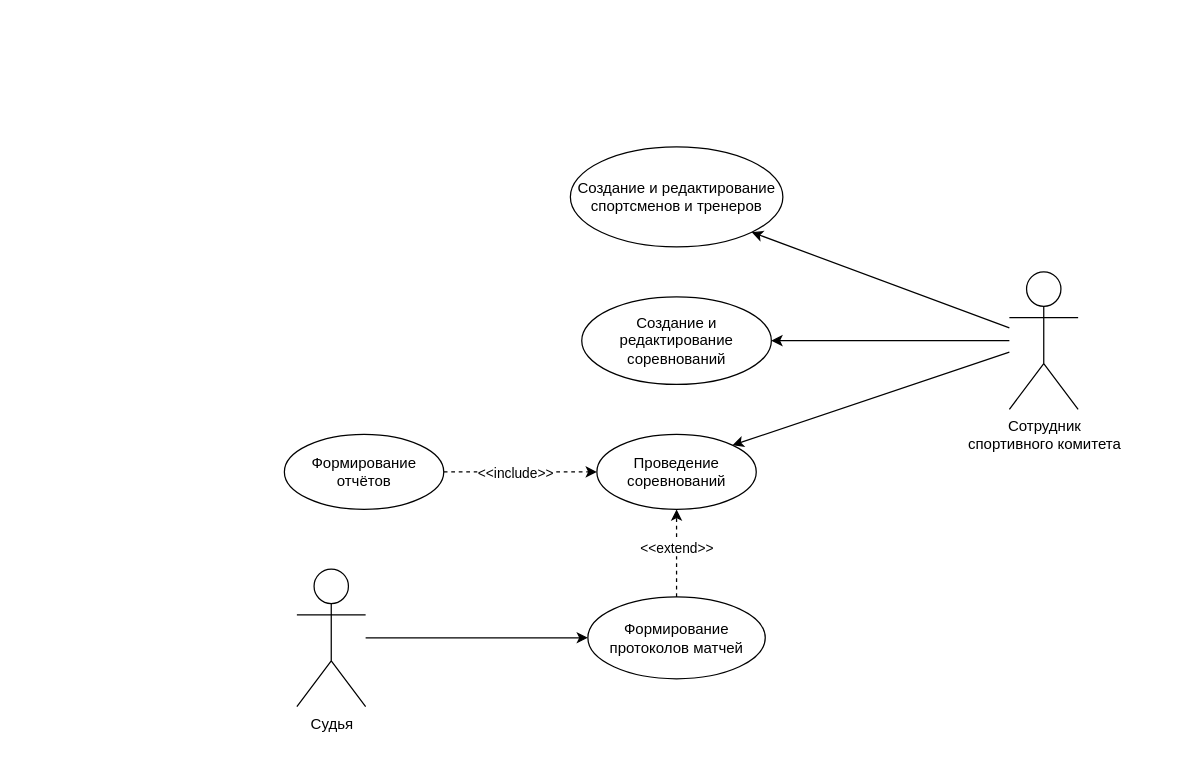
Before: page "Вариантов" (5 of 9) of Диаграммы ИС «Спортивный комитет».drawio in antonch985/Education, a draw.io diagram. Source tidied: cells renumbered, new cells numbered last; positions are measured from the earlier drawing's top-left corner, leaving out a move shared by most shapes. Both pictures are drawn from the tidied source at 125%, with x=0, y=0 at pixel (284, 146).
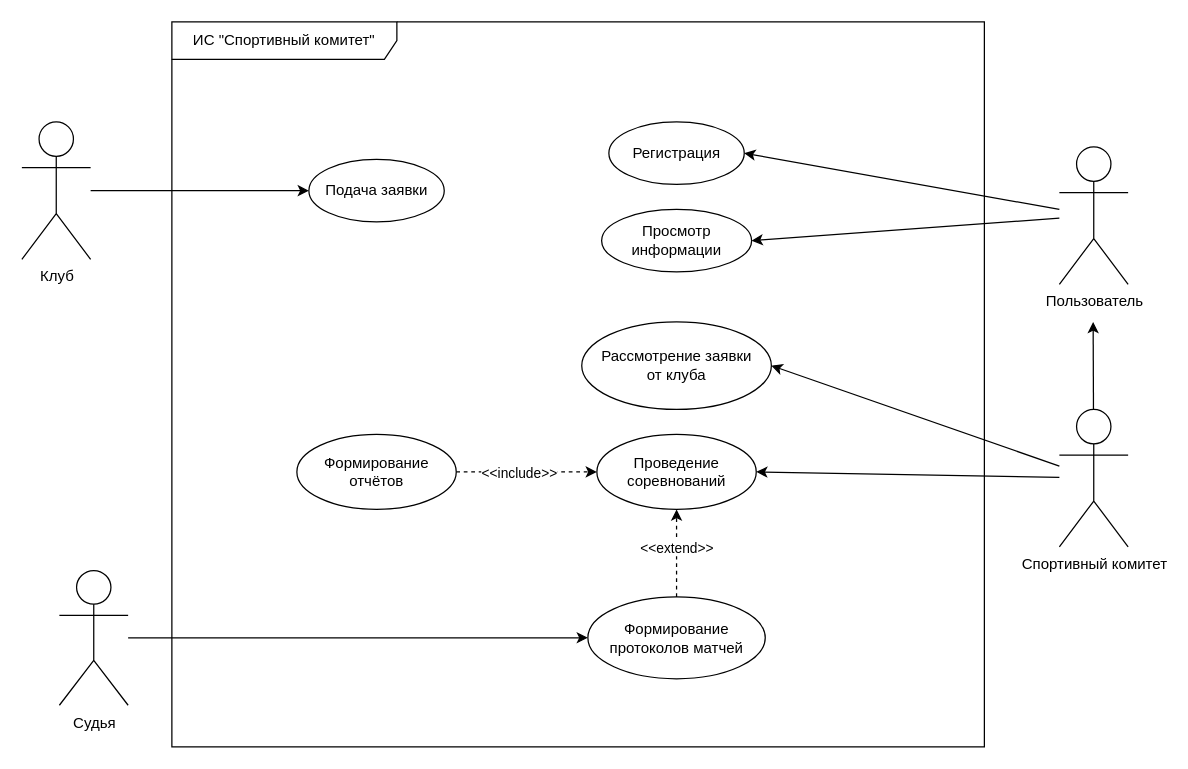
After the change.

Unchanged cells that the change refers to:
```xml
<mxCell id="16" value="Проведение соревнований" style="ellipse;whiteSpace=wrap;html=1;" parent="1" vertex="1">
  <mxGeometry x="250" y="230" width="127.5" height="60" as="geometry" />
</mxCell>
```

The edit, as a diff of the source:
```diff
@@
-    <mxCell id="2" style="rounded=0;jettySize=auto;html=1;entryX=1;entryY=1;entryDx=0;entryDy=0;" parent="1" edge="1" source="4" target="5">
-      <mxGeometry relative="1" as="geometry" />
-    </mxCell>
+    <mxCell id="17" value="ИС &quot;Спортивный комитет&quot;" style="shape=umlFrame;whiteSpace=wrap;html=1;width=180;height=30;" parent="1" vertex="1">
+      <mxGeometry x="-90" y="-100" width="650" height="580" as="geometry" />
+    </mxCell>
@@
+    <mxCell id="18" style="edgeStyle=none;rounded=0;jettySize=auto;html=1;" parent="1" edge="1" source="4">
+      <mxGeometry relative="1" as="geometry">
+        <mxPoint x="647" y="140" as="targetPoint" />
+      </mxGeometry>
+    </mxCell>
-    <mxCell id="4" value="Сотрудник&lt;div&gt;спортивного комитета&lt;/div&gt;" style="shape=umlActor;verticalLabelPosition=bottom;verticalAlign=top;html=1;outlineConnect=0;" parent="1" vertex="1">
-      <mxGeometry x="580" y="100" width="55" height="110" as="geometry" />
+    <mxCell id="4" value="&lt;div&gt;Спортивный комитет&lt;/div&gt;" style="shape=umlActor;verticalLabelPosition=bottom;verticalAlign=top;html=1;outlineConnect=0;" parent="1" vertex="1">
+      <mxGeometry x="620" y="210" width="55" height="110" as="geometry" />
     </mxCell>
-    <mxCell id="5" value="Создание и редактирование спортсменов и тренеров" style="ellipse;whiteSpace=wrap;html=1;" parent="1" vertex="1">
-      <mxGeometry x="228.8" width="170" height="80" as="geometry" />
-    </mxCell>
-    <mxCell id="6" value="Создание и редактирование соревнований" style="ellipse;whiteSpace=wrap;html=1;" parent="1" vertex="1">
-      <mxGeometry x="237.9" y="120" width="151.7" height="70" as="geometry" />
+    <mxCell id="6" value="Рассмотрение заявки&lt;div&gt;от клуба&lt;/div&gt;" style="ellipse;whiteSpace=wrap;html=1;" parent="1" vertex="1">
+      <mxGeometry x="237.9" y="140" width="151.7" height="70" as="geometry" />
     </mxCell>
@@
     <mxCell id="8" value="Судья" style="shape=umlActor;verticalLabelPosition=bottom;verticalAlign=top;html=1;outlineConnect=0;" parent="1" vertex="1">
-      <mxGeometry x="10" y="337.8" width="55" height="110" as="geometry" />
+      <mxGeometry x="-180" y="338.9" width="55" height="107.8" as="geometry" />
     </mxCell>
@@
     <mxCell id="12" value="Формирование отчётов" style="ellipse;whiteSpace=wrap;html=1;" parent="1" vertex="1">
-      <mxGeometry y="230" width="127.5" height="60" as="geometry" />
+      <mxGeometry x="10" y="230" width="127.5" height="60" as="geometry" />
     </mxCell>
-    <mxCell id="13" style="rounded=0;jettySize=auto;html=1;entryX=1;entryY=0;entryDx=0;entryDy=0;" parent="1" edge="1" source="4" target="16">
+    <mxCell id="13" style="rounded=0;jettySize=auto;html=1;entryX=1;entryY=0.5;entryDx=0;entryDy=0;" parent="1" edge="1" source="4" target="16">
       <mxGeometry relative="1" as="geometry" />
     </mxCell>
@@
+    <mxCell id="19" style="rounded=0;jettySize=auto;html=1;entryX=1;entryY=0.5;entryDx=0;entryDy=0;" parent="1" edge="1" source="21" target="22">
+      <mxGeometry relative="1" as="geometry" />
+    </mxCell>
+    <mxCell id="20" style="edgeStyle=none;rounded=0;jettySize=auto;html=1;entryX=1;entryY=0.5;entryDx=0;entryDy=0;" parent="1" edge="1" source="21" target="23">
+      <mxGeometry relative="1" as="geometry" />
+    </mxCell>
+    <mxCell id="21" value="Пользователь" style="shape=umlActor;verticalLabelPosition=bottom;verticalAlign=top;html=1;outlineConnect=0;" parent="1" vertex="1">
+      <mxGeometry x="620" width="55" height="110" as="geometry" />
+    </mxCell>
+    <mxCell id="22" value="Регистрация" style="ellipse;whiteSpace=wrap;html=1;" parent="1" vertex="1">
+      <mxGeometry x="259.6" y="-20" width="108.3" height="50" as="geometry" />
+    </mxCell>
+    <mxCell id="23" value="Просмотр информации" style="ellipse;whiteSpace=wrap;html=1;" parent="1" vertex="1">
+      <mxGeometry x="253.8" y="50" width="120" height="50" as="geometry" />
+    </mxCell>
+    <mxCell id="24" style="edgeStyle=none;rounded=0;jettySize=auto;html=1;entryX=0;entryY=0.5;entryDx=0;entryDy=0;" parent="1" edge="1" source="25" target="26">
+      <mxGeometry relative="1" as="geometry" />
+    </mxCell>
+    <mxCell id="25" value="Клуб" style="shape=umlActor;verticalLabelPosition=bottom;verticalAlign=top;html=1;outlineConnect=0;" parent="1" vertex="1">
+      <mxGeometry x="-210" y="-20" width="55" height="110" as="geometry" />
+    </mxCell>
+    <mxCell id="26" value="Подача заявки" style="ellipse;whiteSpace=wrap;html=1;" parent="1" vertex="1">
+      <mxGeometry x="19.6" y="10" width="108.3" height="50" as="geometry" />
+    </mxCell>
```
